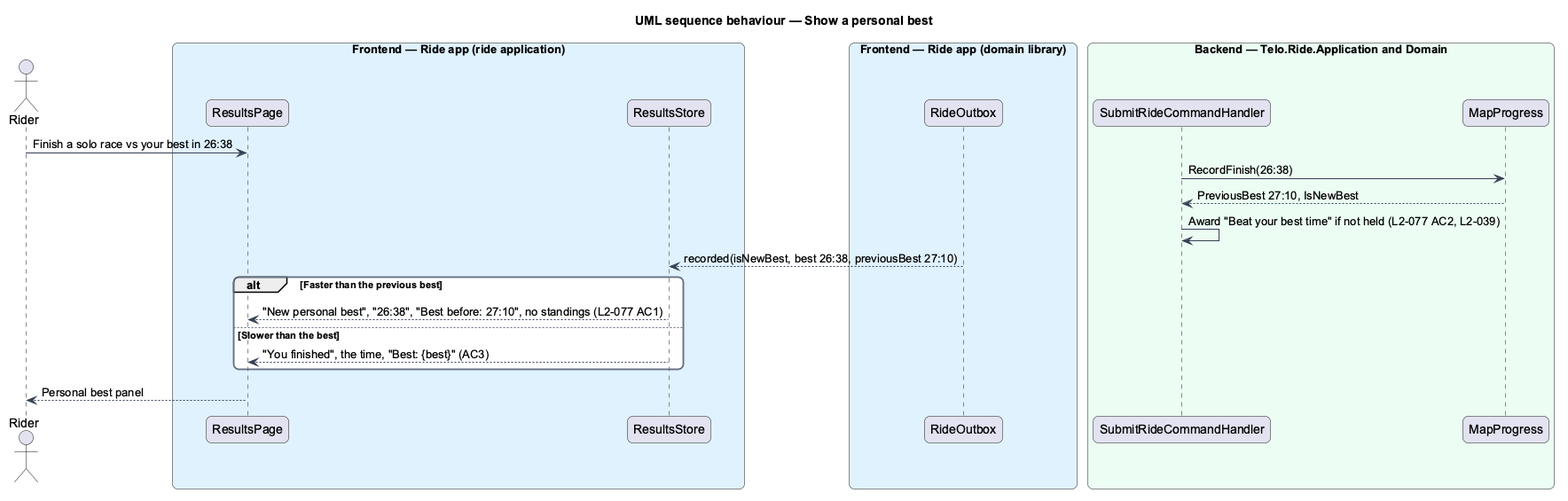
This is docs/detailed-designs/results/show-xp-stars-and-personal-best/diagrams/sequence-personal-best.png from QuinntyneBrown/ride-one, a PlantUML export, as it was before one commit. The source it was exported from:
```plantuml
@startuml
title UML sequence behaviour — Show a personal best
skinparam backgroundColor #FFFFFF
skinparam shadowing false
skinparam roundcorner 12
skinparam defaultFontName Arial
skinparam ArrowColor #344054
skinparam rectangle {
  BorderColor #344054
  FontColor #101828
}
skinparam package {
  BorderColor #667085
  FontColor #101828
  BackgroundColor #F9FAFB
}
actor "Rider" as actor
box "Frontend — Ride app (ride application)" #E0F2FE
  participant "ResultsPage" as page
  participant "ResultsStore" as store
end box
box "Frontend — Ride app (domain library)" #E0F2FE
  participant "RideOutbox" as outbox
end box
box "Backend — Telo.Ride.Application and Domain" #ECFDF3
  participant "SubmitRideCommandHandler" as handler
  participant "MapProgress" as mp
end box
actor -> page : Finish a solo race vs your best in 26:38
handler -> mp : RecordFinish(26:38)
mp --> handler : PreviousBest 27:10, IsNewBest
handler -> handler : Award "Beat your best time" if not held (L2-077 AC2, L2-039)
outbox --> store : recorded(isNewBest, best 26:38, previousBest 27:10)
alt Faster than the previous best
  store --> page : "New personal best", "26:38", "Best before: 27:10", no standings (L2-077 AC1)
else Slower than the best
  store --> page : "You finished", the time, "Best: {best}" (AC3)
end
page --> actor : Personal best panel
@enduml
```
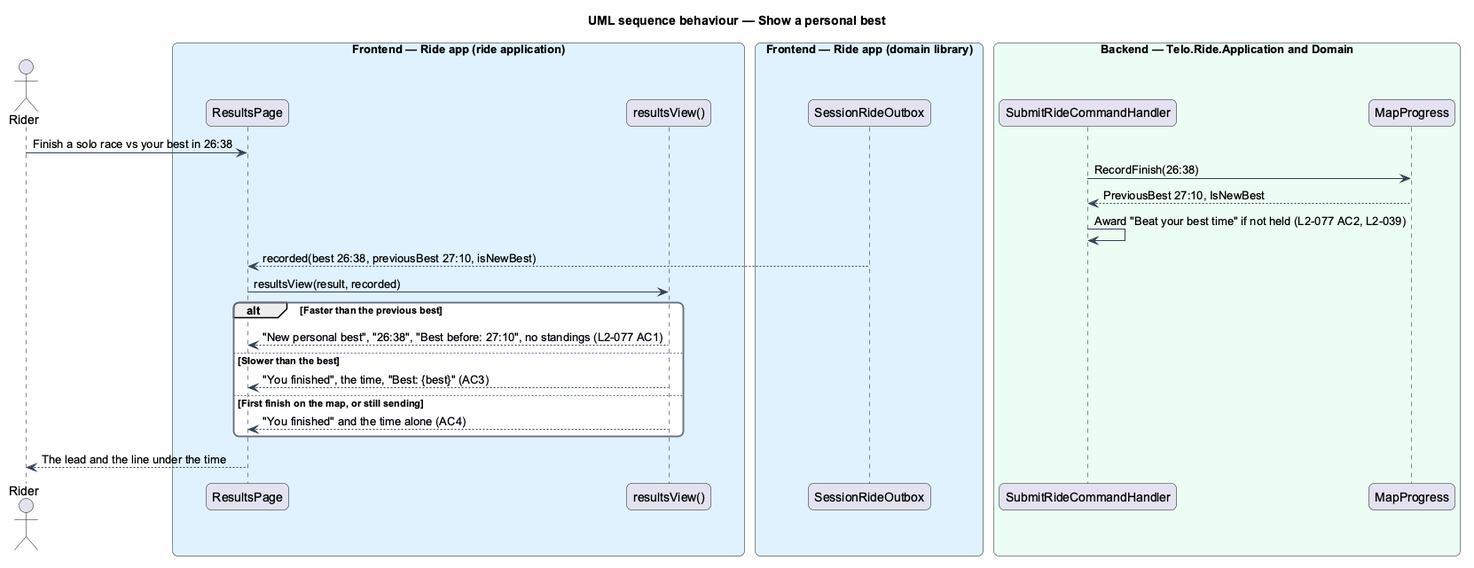
The same file after the commit.

The edit, as a diff of the source:
```diff
@@ -17,10 +17,10 @@
 actor "Rider" as actor
 box "Frontend — Ride app (ride application)" #E0F2FE
   participant "ResultsPage" as page
-  participant "ResultsStore" as store
+  participant "resultsView()" as store
 end box
 box "Frontend — Ride app (domain library)" #E0F2FE
-  participant "RideOutbox" as outbox
+  participant "SessionRideOutbox" as outbox
 end box
 box "Backend — Telo.Ride.Application and Domain" #ECFDF3
   participant "SubmitRideCommandHandler" as handler
@@ -30,11 +30,14 @@
 handler -> mp : RecordFinish(26:38)
 mp --> handler : PreviousBest 27:10, IsNewBest
 handler -> handler : Award "Beat your best time" if not held (L2-077 AC2, L2-039)
-outbox --> store : recorded(isNewBest, best 26:38, previousBest 27:10)
+outbox --> page : recorded(best 26:38, previousBest 27:10, isNewBest)
+page -> store : resultsView(result, recorded)
 alt Faster than the previous best
   store --> page : "New personal best", "26:38", "Best before: 27:10", no standings (L2-077 AC1)
 else Slower than the best
   store --> page : "You finished", the time, "Best: {best}" (AC3)
+else First finish on the map, or still sending
+  store --> page : "You finished" and the time alone (AC4)
 end
-page --> actor : Personal best panel
+page --> actor : The lead and the line under the time
 @enduml
```
